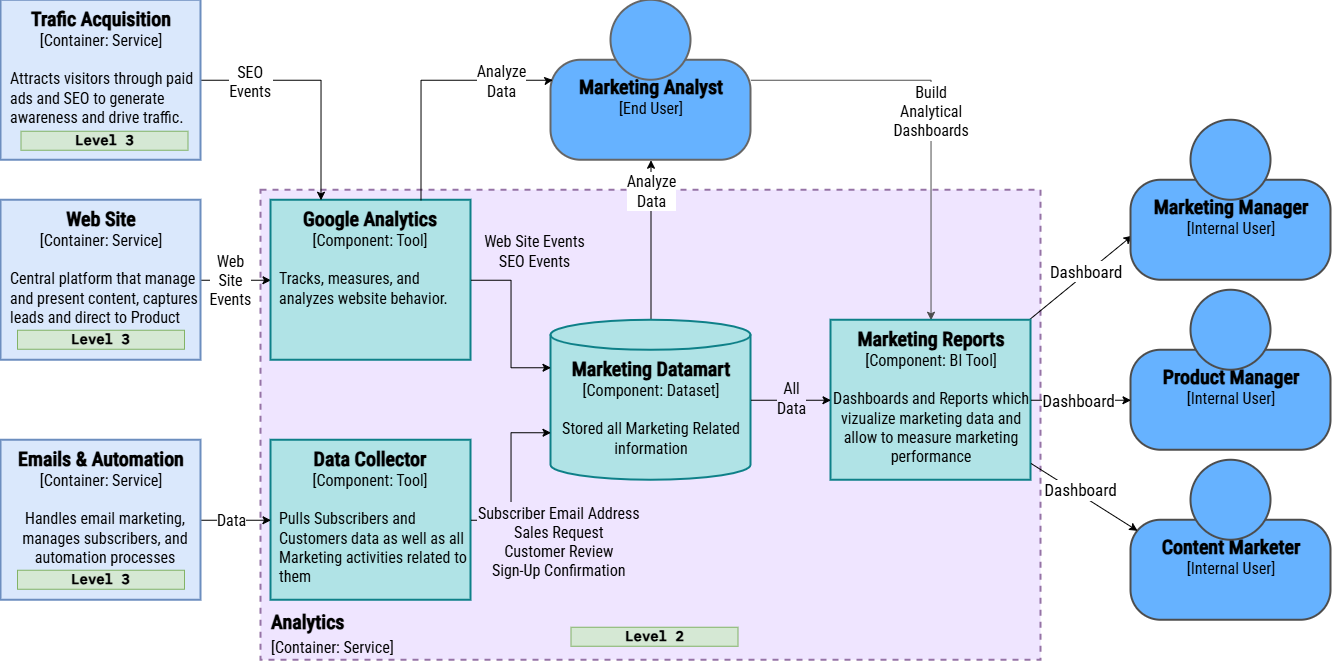
Earlier version of the draw.io export chapter-07/figure-7.22.drawio.png (software-architecture-guild/modeling-software-architecture). Source tidied: cells renumbered, new cells last; positions are measured from the earlier drawing's top-left corner, leaving out a move shared by most shapes.
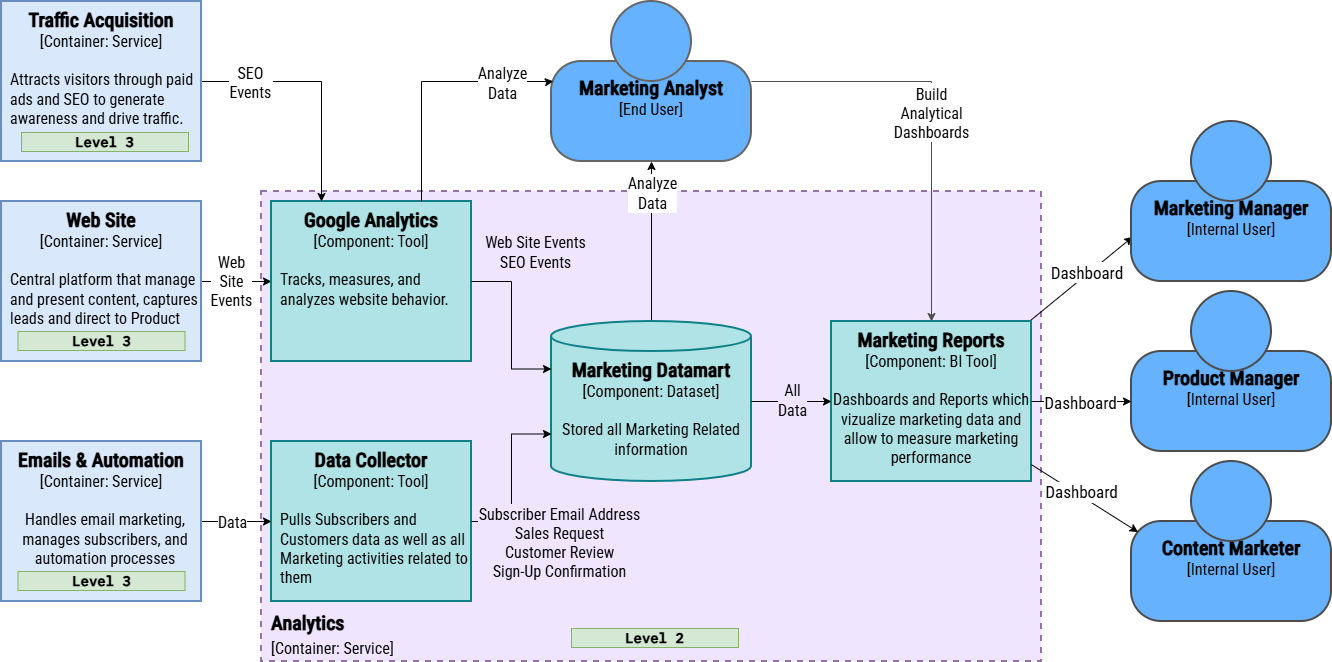
After the commit.

Commit message:
fixed traffic speling

The edit, as a diff of the source:
```diff
@@ -156,7 +156,7 @@
         <mxPoint x="-5" y="-10" as="offset" />
       </mxGeometry>
     </mxCell>
-    <mxCell id="43" value="&lt;font&gt;&lt;font style=&quot;font-size: 20px;&quot;&gt;&lt;b&gt;&lt;font&gt;&lt;span&gt;Trafic Acquisition&lt;/span&gt;&lt;/font&gt;&lt;/b&gt;&lt;br&gt;&lt;/font&gt;&lt;font&gt;[Container: Service]&lt;/font&gt;&lt;/font&gt;&lt;div&gt;&lt;font&gt;&lt;font&gt;&lt;br&gt;&lt;/font&gt;&lt;/font&gt;&lt;/div&gt;&lt;div style=&quot;text-align: left; padding-left: 8px;&quot;&gt;&lt;font&gt;&lt;font&gt;Attracts visitors through paid ads and SEO to generate awareness and drive traffic.&lt;/font&gt;&lt;/font&gt;&lt;/div&gt;" style="rounded=0;whiteSpace=wrap;html=1;strokeWidth=2;fillColor=#dae8fc;strokeColor=#6c8ebf;verticalAlign=top;fontFamily=Roboto Condensed;fontSource=https%3A%2F%2Ffonts.googleapis.com%2Fcss%3Ffamily%3DRoboto%2BCondensed;fontColor=#000000;fontSize=16;" parent="1" vertex="1">
+    <mxCell id="43" value="&lt;font&gt;&lt;font style=&quot;font-size: 20px;&quot;&gt;&lt;b&gt;&lt;font&gt;&lt;span&gt;Traffic Acquisition&lt;/span&gt;&lt;/font&gt;&lt;/b&gt;&lt;br&gt;&lt;/font&gt;&lt;font&gt;[Container: Service]&lt;/font&gt;&lt;/font&gt;&lt;div&gt;&lt;font&gt;&lt;font&gt;&lt;br&gt;&lt;/font&gt;&lt;/font&gt;&lt;/div&gt;&lt;div style=&quot;text-align: left; padding-left: 8px;&quot;&gt;&lt;font&gt;&lt;font&gt;Attracts visitors through paid ads and SEO to generate awareness and drive traffic.&lt;/font&gt;&lt;/font&gt;&lt;/div&gt;" style="rounded=0;whiteSpace=wrap;html=1;strokeWidth=2;fillColor=#dae8fc;strokeColor=#6c8ebf;verticalAlign=top;fontFamily=Roboto Condensed;fontSource=https%3A%2F%2Ffonts.googleapis.com%2Fcss%3Ffamily%3DRoboto%2BCondensed;fontColor=#000000;fontSize=16;" parent="1" vertex="1">
       <mxGeometry width="200" height="160" as="geometry" />
     </mxCell>
     <mxCell id="44" value="&lt;font&gt;&lt;font style=&quot;font-size: 20px;&quot;&gt;&lt;b&gt;&lt;font&gt;&lt;span&gt;Emails &amp;amp; Automation&lt;/span&gt;&lt;/font&gt;&lt;/b&gt;&lt;br&gt;&lt;/font&gt;&lt;font&gt;[Container: Service]&lt;br&gt;&lt;br&gt;&lt;div style=&quot;padding-left: 8px;&quot;&gt;&lt;span style=&quot;background-color: transparent;&quot;&gt;Handles email marketing, manages subscribers, and automation processes&lt;/span&gt;&lt;/div&gt;&lt;/font&gt;&lt;/font&gt;" style="rounded=0;whiteSpace=wrap;html=1;strokeWidth=2;fillColor=#dae8fc;strokeColor=#6c8ebf;verticalAlign=top;fontFamily=Roboto Condensed;fontSource=https%3A%2F%2Ffonts.googleapis.com%2Fcss%3Ffamily%3DRoboto%2BCondensed;fontColor=#000000;fontSize=16;" parent="1" vertex="1">
```
